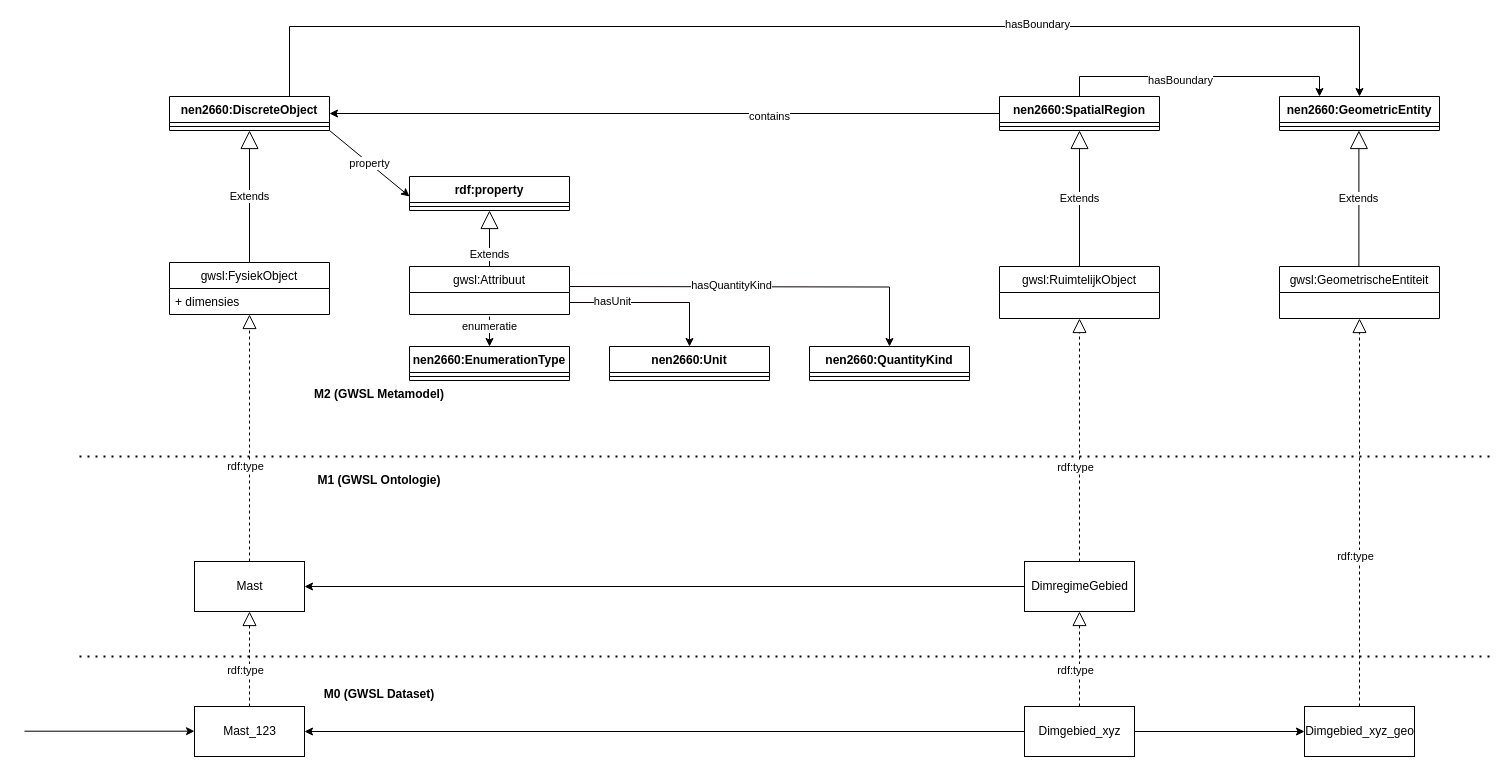
Before: data/Werkgroep Modellering en Techniek/Model_GWSL_Laag1.drawio in Stichting-CROW/gwsl, a draw.io diagram. Source tidied: cells renumbered, new cells numbered last; positions are measured from the earlier drawing's top-left corner, leaving out a move shared by most shapes. Both pictures are drawn from the tidied source at 100%, with x=0, y=0 at pixel (24, 26).
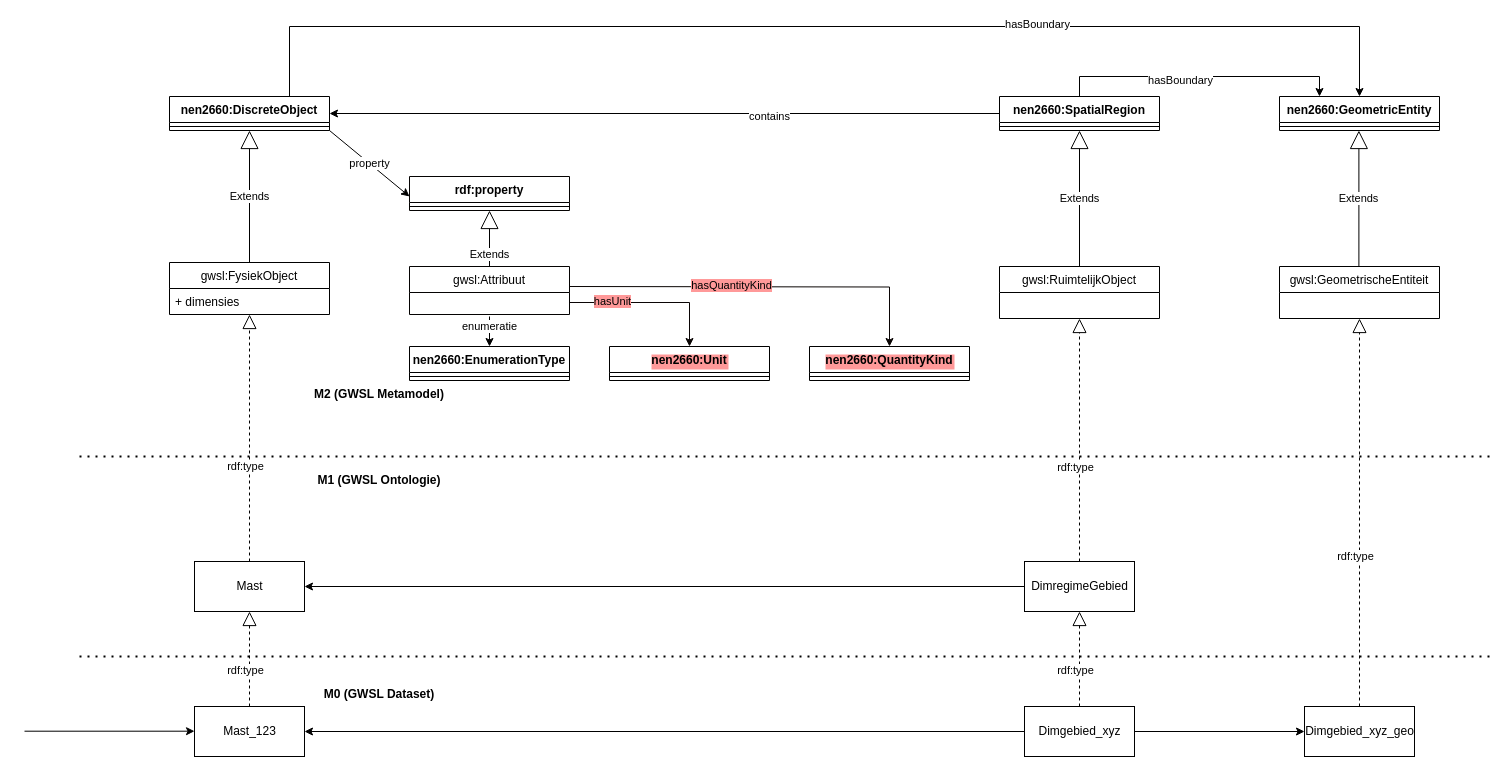
After the change.

Unchanged cells that the change refers to:
```xml
<mxCell id="43" style="edgeStyle=orthogonalEdgeStyle;rounded=0;jettySize=auto;html=1;exitX=1;exitY=0.75;exitDx=0;exitDy=0;entryX=0.5;entryY=0;entryDx=0;entryDy=0;fillColor=#f8cecc;jumpStyle=arc;strokeColor=#0A0504;" parent="1" edge="1" source="52" target="47">
  <mxGeometry relative="1" as="geometry" />
</mxCell>
<mxCell id="56" style="edgeStyle=orthogonalEdgeStyle;rounded=0;jettySize=auto;html=1;entryX=0.5;entryY=0;entryDx=0;entryDy=0;fillColor=#f8cecc;jumpStyle=arc;strokeColor=#0A0504;" parent="1" edge="1" target="49">
  <mxGeometry relative="1" as="geometry">
    <mxPoint x="545" y="260" as="sourcePoint" />
  </mxGeometry>
</mxCell>
```

Diff of the diagram source:
```diff
@@
-    <mxCell id="44" value="hasUnit" style="edgeLabel;html=1;align=center;verticalAlign=middle;" parent="43" vertex="1">
+    <mxCell id="44" value="hasUnit" style="edgeLabel;html=1;align=center;verticalAlign=middle;labelBackgroundColor=#FF9999;" parent="43" vertex="1">
       <mxGeometry x="0.11" y="-1" relative="1" as="geometry">
         <mxPoint x="-49" y="-3" as="offset" />
       </mxGeometry>
     </mxCell>
@@
-    <mxCell id="47" value="nen2660:Unit" style="swimlane;fontStyle=1;align=center;verticalAlign=top;horizontal=1;startSize=26;" parent="1" vertex="1">
+    <mxCell id="47" value="nen2660:Unit" style="swimlane;fontStyle=1;align=center;verticalAlign=top;horizontal=1;startSize=26;labelBackgroundColor=#FF9999;" parent="1" vertex="1">
       <mxGeometry x="585" y="320" width="160" height="34" as="geometry" />
     </mxCell>
-    <mxCell id="48" style="line;strokeWidth=1;fillColor=none;align=left;verticalAlign=middle;spacingTop=-1;spacingLeft=3;spacingRight=3;labelPosition=right;" parent="47" vertex="1">
+    <mxCell id="48" style="line;strokeWidth=1;fillColor=none;align=left;verticalAlign=middle;spacingTop=-1;spacingLeft=3;spacingRight=3;labelPosition=right;labelBackgroundColor=#FF9999;" parent="47" vertex="1">
       <mxGeometry y="26" width="160" height="8" as="geometry" />
     </mxCell>
-    <mxCell id="49" value="nen2660:QuantityKind" style="swimlane;fontStyle=1;align=center;verticalAlign=top;horizontal=1;startSize=26;" parent="1" vertex="1">
+    <mxCell id="49" value="nen2660:QuantityKind" style="swimlane;fontStyle=1;align=center;verticalAlign=top;horizontal=1;startSize=26;labelBackgroundColor=#FF9999;" parent="1" vertex="1">
       <mxGeometry x="785" y="320" width="160" height="34" as="geometry" />
     </mxCell>
-    <mxCell id="50" style="line;strokeWidth=1;fillColor=none;align=left;verticalAlign=middle;spacingTop=-1;spacingLeft=3;spacingRight=3;labelPosition=right;" parent="49" vertex="1">
+    <mxCell id="50" style="line;strokeWidth=1;fillColor=none;align=left;verticalAlign=middle;spacingTop=-1;spacingLeft=3;spacingRight=3;labelPosition=right;labelBackgroundColor=#FF9999;" parent="49" vertex="1">
       <mxGeometry y="26" width="160" height="8" as="geometry" />
     </mxCell>
@@
-    <mxCell id="57" value="hasQuantityKind" style="edgeLabel;html=1;align=center;verticalAlign=middle;" parent="56" vertex="1">
+    <mxCell id="57" value="hasQuantityKind" style="edgeLabel;html=1;align=center;verticalAlign=middle;labelBackgroundColor=#FF9999;" parent="56" vertex="1">
       <mxGeometry x="0.11" y="-1" relative="1" as="geometry">
         <mxPoint x="-49" y="-3" as="offset" />
       </mxGeometry>
     </mxCell>
```
